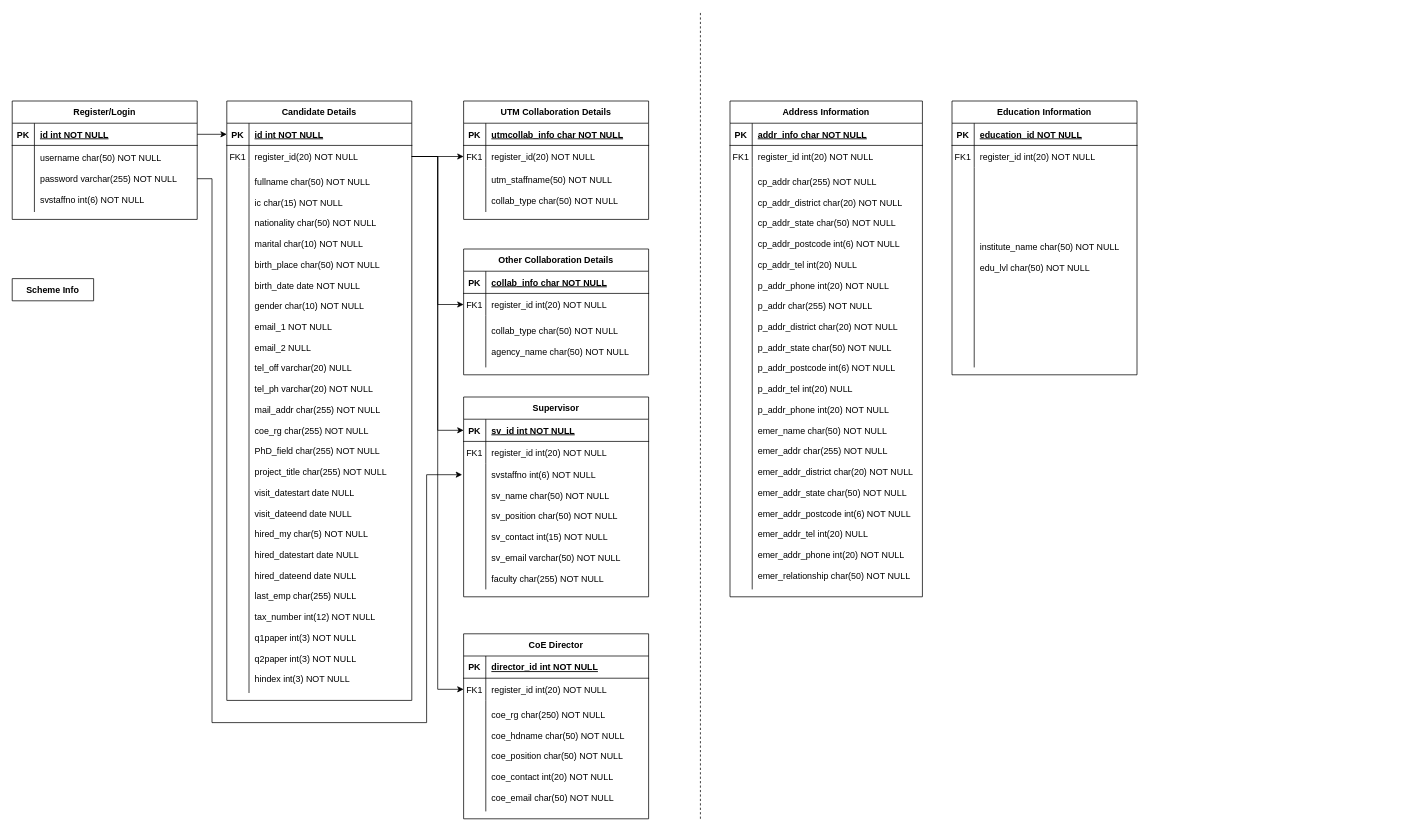
The draw.io diagram Untitled Diagram.drawio in MohdSanusi/RF, before the edit. Source tidied: cells renumbered, new cells numbered last; positions are measured from the earlier drawing's top-left corner, leaving out a move shared by most shapes. Both pictures are drawn from the tidied source at 74%, with x=0, y=0 at pixel (12, 12).
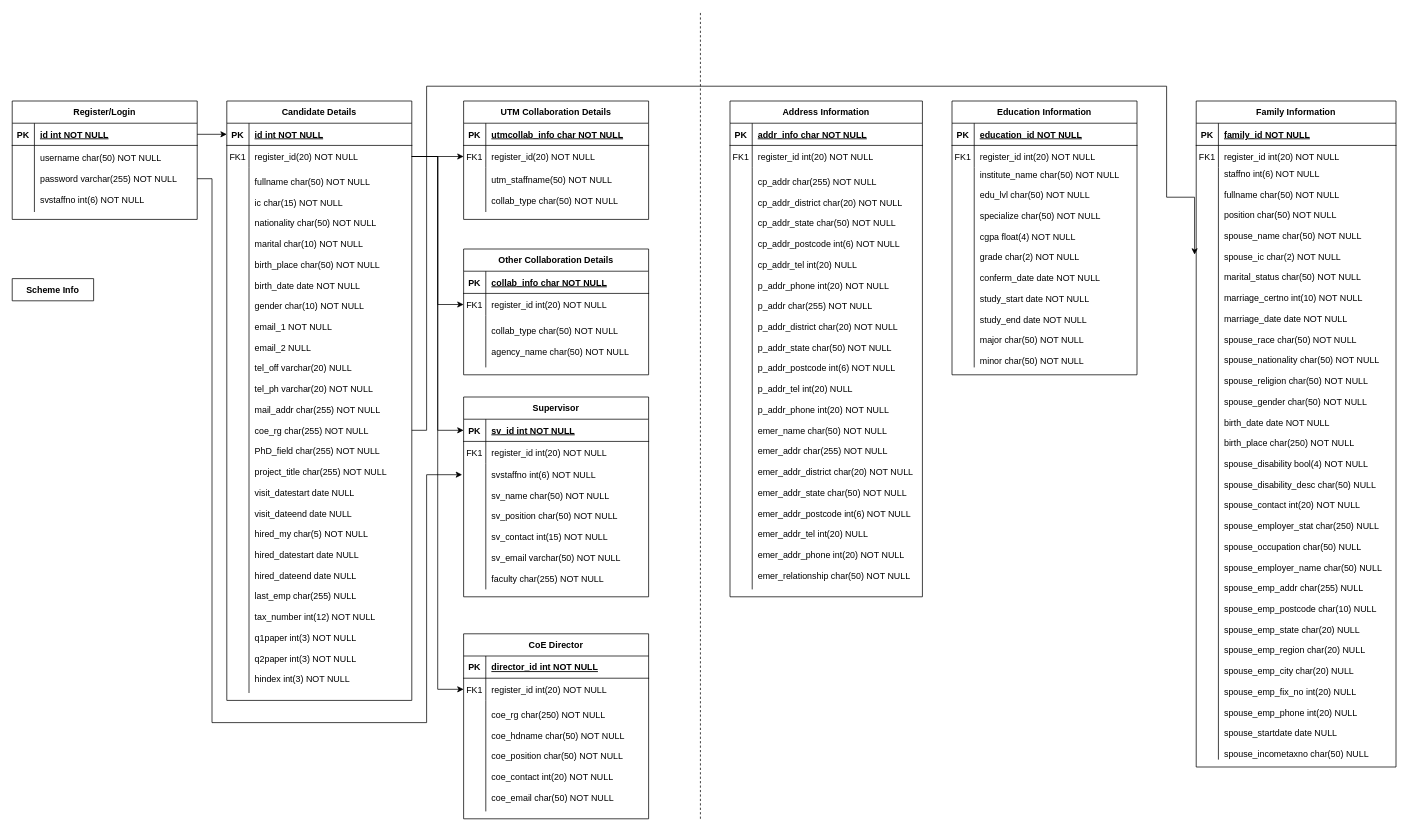
After the change.

The change refers to these unchanged cells:
```xml
<mxCell id="9" style="shape=partialRectangle;fillColor=none;points=[[0,0.5],[1,0.5]];portConstraint=eastwest;top=0;left=0;right=0;bottom=0;" parent="2" vertex="1">
  <mxGeometry y="90" width="250" height="710" as="geometry" />
</mxCell>
<mxCell id="75" style="shape=partialRectangle;fillColor=none;top=0;left=0;right=0;bottom=0;" parent="68" vertex="1">
  <mxGeometry y="90" width="250" height="270" as="geometry" />
</mxCell>
```

Diff of the diagram source:
```diff
@@
-    <mxCell id="77" value="institute_name char(50) NOT NULL&#10;&#10;edu_lvl char(50) NOT NULL&#10;&#10;" style="shape=partialRectangle;overflow=hidden;fillColor=none;top=0;left=0;bottom=0;right=0;align=left;spacingLeft=6;" parent="75" vertex="1">
+    <mxCell id="77" value="institute_name char(50) NOT NULL&#10;&#10;edu_lvl char(50) NOT NULL&#10;&#10;specialize char(50) NOT NULL&#10;&#10;cgpa float(4) NOT NULL&#10;&#10;grade char(2) NOT NULL&#10;&#10;conferm_date date NOT NULL&#10;&#10;study_start date NOT NULL&#10;&#10;study_end date NOT NULL&#10;&#10;major char(50) NOT NULL&#10;&#10;minor char(50) NOT NULL" style="shape=partialRectangle;overflow=hidden;fillColor=none;top=0;left=0;bottom=0;right=0;align=left;spacingLeft=6;" parent="75" vertex="1">
       <mxGeometry x="30" width="220" height="270" as="geometry" />
     </mxCell>
@@
+    <mxCell id="88" value="Family Information" style="shape=table;startSize=30;childLayout=tableLayout;rowLines=0;fontStyle=1;align=center;" parent="1" vertex="1">
+      <mxGeometry x="1600" y="120" width="270" height="900" as="geometry" />
+    </mxCell>
+    <mxCell id="89" style="shape=partialRectangle;fillColor=none;top=0;left=0;right=0;bottom=1;" parent="88" vertex="1">
+      <mxGeometry y="30" width="270" height="30" as="geometry" />
+    </mxCell>
+    <mxCell id="90" value="PK" style="shape=partialRectangle;overflow=hidden;fillColor=none;top=0;left=0;bottom=0;right=0;fontStyle=1;" parent="89" vertex="1">
+      <mxGeometry width="30" height="30" as="geometry" />
+    </mxCell>
+    <mxCell id="91" value="family_id NOT NULL " style="shape=partialRectangle;overflow=hidden;fillColor=none;top=0;left=0;bottom=0;right=0;align=left;spacingLeft=6;fontStyle=5;" parent="89" vertex="1">
+      <mxGeometry x="30" width="240" height="30" as="geometry" />
+    </mxCell>
+    <mxCell id="92" style="shape=partialRectangle;fillColor=none;top=0;left=0;right=0;bottom=0;" parent="88" vertex="1">
+      <mxGeometry y="60" width="270" height="30" as="geometry" />
+    </mxCell>
+    <mxCell id="93" value="FK1" style="shape=partialRectangle;overflow=hidden;fillColor=none;top=0;left=0;bottom=0;right=0;" parent="92" vertex="1">
+      <mxGeometry width="30" height="30" as="geometry" />
+    </mxCell>
+    <mxCell id="94" value="register_id int(20) NOT NULL" style="shape=partialRectangle;overflow=hidden;fillColor=none;top=0;left=0;bottom=0;right=0;align=left;spacingLeft=6;" parent="92" vertex="1">
+      <mxGeometry x="30" width="240" height="30" as="geometry" />
+    </mxCell>
+    <mxCell id="95" style="shape=partialRectangle;fillColor=none;points=[[0,0.5],[1,0.5]];portConstraint=eastwest;top=0;left=0;right=0;bottom=0;" parent="88" vertex="1">
+      <mxGeometry y="90" width="270" height="800" as="geometry" />
+    </mxCell>
+    <mxCell id="96" style="shape=partialRectangle;overflow=hidden;fillColor=none;top=0;left=0;bottom=0;right=0;" parent="95" vertex="1">
+      <mxGeometry width="30" height="800" as="geometry" />
+    </mxCell>
+    <mxCell id="97" value="staffno int(6) NOT NULL&#10;&#10;fullname char(50) NOT NULL&#10;&#10;position char(50) NOT NULL&#10;&#10;spouse_name char(50) NOT NULL&#10;&#10;spouse_ic char(2) NOT NULL&#10;&#10;marital_status char(50) NOT NULL&#10;&#10;marriage_certno int(10) NOT NULL&#10;&#10;marriage_date date NOT NULL&#10;&#10;spouse_race char(50) NOT NULL&#10;&#10;spouse_nationality char(50) NOT NULL&#10;&#10;spouse_religion char(50) NOT NULL&#10;&#10;spouse_gender char(50) NOT NULL&#10;&#10;birth_date date NOT NULL&#10;&#10;birth_place char(250) NOT NULL&#10;&#10;spouse_disability bool(4) NOT NULL&#10;&#10;spouse_disability_desc char(50) NULL&#10;&#10;spouse_contact int(20) NOT NULL&#10;&#10;spouse_employer_stat char(250) NULL&#10;&#10;spouse_occupation char(50) NULL&#10;&#10;spouse_employer_name char(50) NULL&#10;&#10;spouse_emp_addr char(255) NULL&#10;&#10;spouse_emp_postcode char(10) NULL&#10;&#10;spouse_emp_state char(20) NULL&#10;&#10;spouse_emp_region char(20) NULL&#10;&#10;spouse_emp_city char(20) NULL&#10;&#10;spouse_emp_fix_no int(20) NULL&#10;&#10;spouse_emp_phone int(20) NULL&#10;&#10;spouse_startdate date NULL&#10;&#10;spouse_incometaxno char(50) NULL" style="shape=partialRectangle;overflow=hidden;fillColor=none;top=0;left=0;bottom=0;right=0;align=left;spacingLeft=6;" parent="95" vertex="1">
+      <mxGeometry x="30" width="240" height="800" as="geometry" />
+    </mxCell>
+    <mxCell id="98" style="edgeStyle=orthogonalEdgeStyle;rounded=0;jettySize=auto;html=1;exitX=1;exitY=0.5;exitDx=0;exitDy=0;entryX=-0.008;entryY=0.147;entryDx=0;entryDy=0;entryPerimeter=0;" parent="1" edge="1" source="9" target="95">
+      <mxGeometry relative="1" as="geometry">
+        <Array as="points">
+          <mxPoint x="560" y="565" />
+          <mxPoint x="560" y="100" />
+          <mxPoint x="1560" y="100" />
+          <mxPoint x="1560" y="250" />
+        </Array>
+      </mxGeometry>
+    </mxCell>
```
